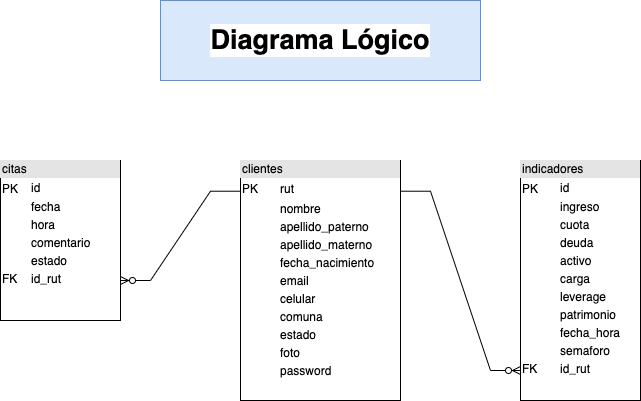
24orellana24/alma keeps this draw.io diagram as apoyo/almaFinanciera.drawio.png. Above is the earlier version. Source tidied: cells renumbered, new cells last; positions are measured from the earlier drawing's top-left corner, leaving out a move shared by most shapes.
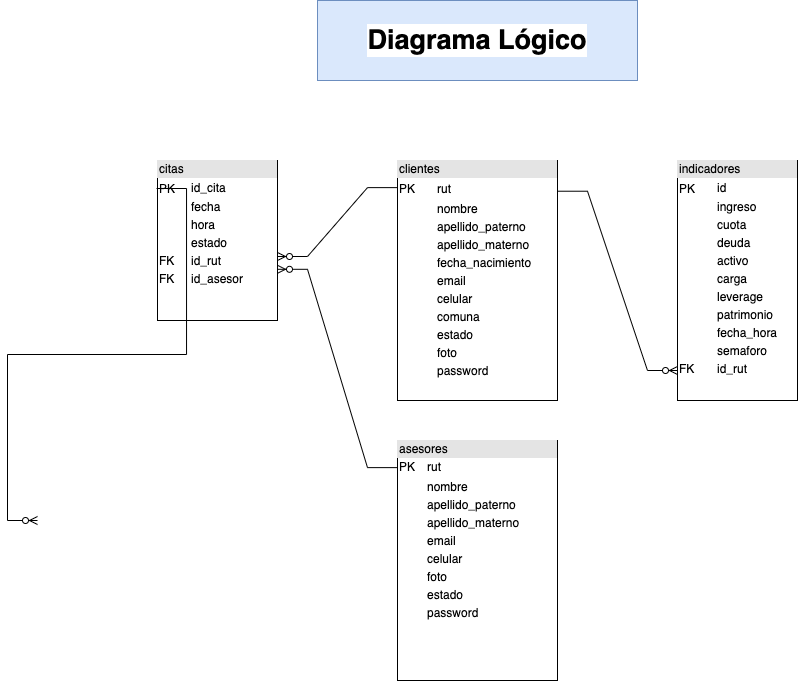
Above is the later version.

The edit, as a diff of the source:
```diff
@@ -8,10 +8,10 @@
     <mxCell id="3" value="&lt;div style=&quot;box-sizing: border-box ; width: 100% ; background: #e4e4e4 ; padding: 2px&quot;&gt;indicadores&lt;/div&gt;&lt;table style=&quot;width: 100% ; font-size: 1em&quot; cellpadding=&quot;2&quot; cellspacing=&quot;0&quot;&gt;&lt;tbody&gt;&lt;tr&gt;&lt;td&gt;PK&lt;span style=&quot;white-space: pre&quot;&gt;&#9;&lt;/span&gt;&lt;/td&gt;&lt;td&gt;id&lt;/td&gt;&lt;/tr&gt;&lt;tr&gt;&lt;td&gt;&lt;br&gt;&lt;/td&gt;&lt;td&gt;ingreso&lt;/td&gt;&lt;/tr&gt;&lt;tr&gt;&lt;td&gt;&lt;/td&gt;&lt;td&gt;cuota&lt;/td&gt;&lt;/tr&gt;&lt;tr&gt;&lt;td&gt;&lt;br&gt;&lt;/td&gt;&lt;td&gt;deuda&lt;/td&gt;&lt;/tr&gt;&lt;tr&gt;&lt;td&gt;&lt;br&gt;&lt;/td&gt;&lt;td&gt;activo&lt;/td&gt;&lt;/tr&gt;&lt;tr&gt;&lt;td&gt;&lt;br&gt;&lt;/td&gt;&lt;td&gt;carga&lt;/td&gt;&lt;/tr&gt;&lt;tr&gt;&lt;td&gt;&lt;br&gt;&lt;/td&gt;&lt;td&gt;leverage&lt;/td&gt;&lt;/tr&gt;&lt;tr&gt;&lt;td&gt;&lt;br&gt;&lt;/td&gt;&lt;td&gt;patrimonio&lt;/td&gt;&lt;/tr&gt;&lt;tr&gt;&lt;td&gt;&lt;br&gt;&lt;/td&gt;&lt;td&gt;fecha_hora&lt;/td&gt;&lt;/tr&gt;&lt;tr&gt;&lt;td&gt;&lt;br&gt;&lt;/td&gt;&lt;td&gt;semaforo&lt;/td&gt;&lt;/tr&gt;&lt;tr&gt;&lt;td&gt;FK&lt;/td&gt;&lt;td&gt;id_rut&lt;/td&gt;&lt;/tr&gt;&lt;/tbody&gt;&lt;/table&gt;" style="verticalAlign=top;align=left;overflow=fill;html=1;" parent="1" vertex="1">
       <mxGeometry x="520" y="160" width="120" height="240" as="geometry" />
     </mxCell>
-    <mxCell id="4" value="&lt;div style=&quot;box-sizing: border-box ; width: 100% ; background: #e4e4e4 ; padding: 2px&quot;&gt;citas&lt;/div&gt;&lt;table style=&quot;width: 100% ; font-size: 1em&quot; cellpadding=&quot;2&quot; cellspacing=&quot;0&quot;&gt;&lt;tbody&gt;&lt;tr&gt;&lt;td&gt;PK&lt;/td&gt;&lt;td&gt;id&lt;/td&gt;&lt;/tr&gt;&lt;tr&gt;&lt;td&gt;&lt;br&gt;&lt;/td&gt;&lt;td&gt;fecha&lt;/td&gt;&lt;/tr&gt;&lt;tr&gt;&lt;td&gt;&lt;/td&gt;&lt;td&gt;hora&lt;/td&gt;&lt;/tr&gt;&lt;tr&gt;&lt;td&gt;&lt;br&gt;&lt;/td&gt;&lt;td&gt;comentario&lt;/td&gt;&lt;/tr&gt;&lt;tr&gt;&lt;td&gt;&lt;br&gt;&lt;/td&gt;&lt;td&gt;estado&lt;/td&gt;&lt;/tr&gt;&lt;tr&gt;&lt;td&gt;FK&lt;/td&gt;&lt;td&gt;id_rut&lt;/td&gt;&lt;/tr&gt;&lt;/tbody&gt;&lt;/table&gt;" style="verticalAlign=top;align=left;overflow=fill;html=1;" parent="1" vertex="1">
+    <mxCell id="4" value="&lt;div style=&quot;box-sizing: border-box ; width: 100% ; background: #e4e4e4 ; padding: 2px&quot;&gt;citas&lt;/div&gt;&lt;table style=&quot;width: 100% ; font-size: 1em&quot; cellpadding=&quot;2&quot; cellspacing=&quot;0&quot;&gt;&lt;tbody&gt;&lt;tr&gt;&lt;td&gt;PK&lt;/td&gt;&lt;td&gt;id_cita&lt;/td&gt;&lt;/tr&gt;&lt;tr&gt;&lt;td&gt;&lt;br&gt;&lt;/td&gt;&lt;td&gt;fecha&lt;/td&gt;&lt;/tr&gt;&lt;tr&gt;&lt;td&gt;&lt;/td&gt;&lt;td&gt;hora&lt;/td&gt;&lt;/tr&gt;&lt;tr&gt;&lt;td&gt;&lt;br&gt;&lt;/td&gt;&lt;td&gt;estado&lt;/td&gt;&lt;/tr&gt;&lt;tr&gt;&lt;td&gt;FK&lt;/td&gt;&lt;td&gt;id_rut&lt;/td&gt;&lt;/tr&gt;&lt;tr&gt;&lt;td&gt;FK&lt;/td&gt;&lt;td&gt;id_asesor&lt;/td&gt;&lt;/tr&gt;&lt;/tbody&gt;&lt;/table&gt;" style="verticalAlign=top;align=left;overflow=fill;html=1;" parent="1" vertex="1">
       <mxGeometry y="160" width="120" height="160" as="geometry" />
     </mxCell>
-    <mxCell id="5" style="edgeStyle=entityRelationEdgeStyle;fontSize=12;html=1;endArrow=ERzeroToMany;endFill=1;rounded=0;entryX=1;entryY=0.75;entryDx=0;entryDy=0;exitX=0;exitY=0.128;exitDx=0;exitDy=0;exitPerimeter=0;" parent="1" edge="1" source="2" target="4">
+    <mxCell id="5" style="edgeStyle=entityRelationEdgeStyle;fontSize=12;html=1;endArrow=ERzeroToMany;endFill=1;rounded=0;entryX=1;entryY=0.6;entryDx=0;entryDy=0;exitX=0;exitY=0.113;exitDx=0;exitDy=0;exitPerimeter=0;entryPerimeter=0;" parent="1" edge="1" source="2" target="4">
       <mxGeometry relative="1" as="geometry" />
     </mxCell>
     <mxCell id="6" style="edgeStyle=entityRelationEdgeStyle;fontSize=12;html=1;endArrow=ERzeroToMany;endFill=1;rounded=0;entryX=0;entryY=0.875;entryDx=0;entryDy=0;exitX=1;exitY=0.128;exitDx=0;exitDy=0;exitPerimeter=0;entryPerimeter=0;" parent="1" edge="1" source="2" target="3">
@@ -20,5 +20,16 @@
     <mxCell id="7" value="Diagrama Lógico" style="text;html=1;strokeColor=#6c8ebf;fillColor=#dae8fc;align=center;verticalAlign=middle;whiteSpace=wrap;rounded=0;fontSize=27;fontStyle=1;labelBackgroundColor=default;labelBorderColor=none;" parent="1" vertex="1">
       <mxGeometry x="160" width="320" height="80" as="geometry" />
     </mxCell>
+    <mxCell id="8" value="&lt;div style=&quot;box-sizing: border-box ; width: 100% ; background: #e4e4e4 ; padding: 2px&quot;&gt;asesores&lt;/div&gt;&lt;table style=&quot;width: 100% ; font-size: 1em&quot; cellpadding=&quot;2&quot; cellspacing=&quot;0&quot;&gt;&lt;tbody&gt;&lt;tr&gt;&lt;td&gt;PK&lt;/td&gt;&lt;td&gt;rut&lt;/td&gt;&lt;/tr&gt;&lt;tr&gt;&lt;td&gt;&lt;br&gt;&lt;/td&gt;&lt;td&gt;nombre&lt;/td&gt;&lt;/tr&gt;&lt;tr&gt;&lt;td&gt;&lt;/td&gt;&lt;td&gt;apellido_paterno&lt;/td&gt;&lt;/tr&gt;&lt;tr&gt;&lt;td&gt;&lt;br&gt;&lt;/td&gt;&lt;td&gt;apellido_materno&lt;/td&gt;&lt;/tr&gt;&lt;tr&gt;&lt;td&gt;&lt;br&gt;&lt;/td&gt;&lt;td&gt;email&lt;/td&gt;&lt;/tr&gt;&lt;tr&gt;&lt;td&gt;&lt;br&gt;&lt;/td&gt;&lt;td&gt;celular&lt;/td&gt;&lt;/tr&gt;&lt;tr&gt;&lt;td&gt;&lt;br&gt;&lt;/td&gt;&lt;td&gt;foto&lt;/td&gt;&lt;/tr&gt;&lt;tr&gt;&lt;td&gt;&lt;br&gt;&lt;/td&gt;&lt;td&gt;estado&lt;/td&gt;&lt;/tr&gt;&lt;tr&gt;&lt;td&gt;&lt;br&gt;&lt;/td&gt;&lt;td&gt;password&lt;/td&gt;&lt;/tr&gt;&lt;/tbody&gt;&lt;/table&gt;" style="verticalAlign=top;align=left;overflow=fill;html=1;" parent="1" vertex="1">
+      <mxGeometry x="240" y="440" width="160" height="240" as="geometry" />
+    </mxCell>
+    <mxCell id="9" style="edgeStyle=entityRelationEdgeStyle;fontSize=12;html=1;endArrow=ERzeroToMany;endFill=1;rounded=0;entryX=1;entryY=0.68;entryDx=0;entryDy=0;entryPerimeter=0;exitX=0;exitY=0.113;exitDx=0;exitDy=0;exitPerimeter=0;" parent="1" edge="1" source="8" target="4">
+      <mxGeometry relative="1" as="geometry" />
+    </mxCell>
+    <mxCell id="10" style="edgeStyle=entityRelationEdgeStyle;fontSize=12;html=1;endArrow=ERzeroToMany;endFill=1;rounded=0;exitX=-0.008;exitY=0.175;exitDx=0;exitDy=0;exitPerimeter=0;entryX=1;entryY=0.5;entryDx=0;entryDy=0;" parent="1" edge="1" source="4">
+      <mxGeometry relative="1" as="geometry">
+        <mxPoint x="-120" y="520" as="targetPoint" />
+      </mxGeometry>
+    </mxCell>
   </root>
 </mxGraphModel>
```
